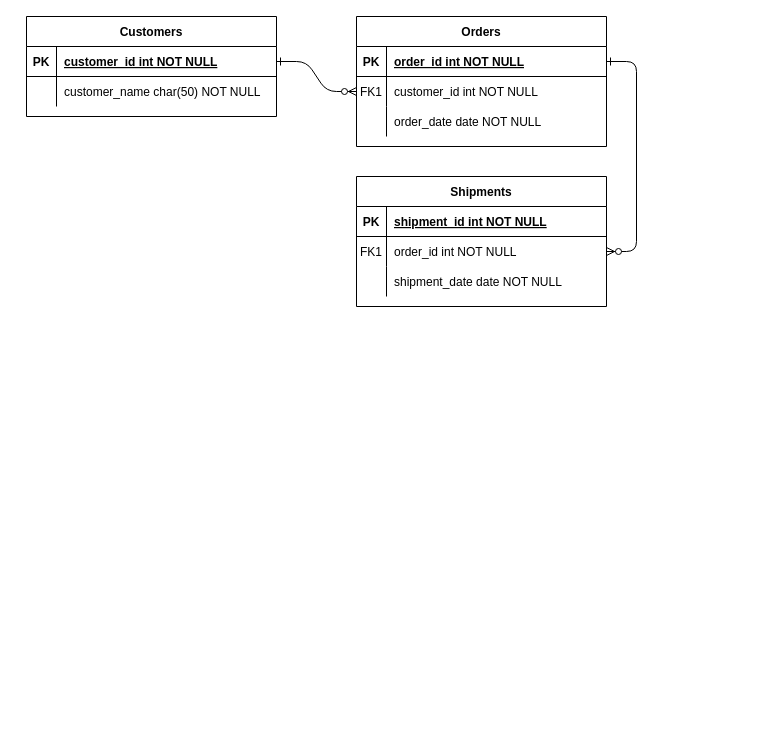
Ash-code12/Diagramas keeps this draw.io diagram as Modelo relacional 2.drawio. Above is the earlier version. Source tidied: cells renumbered, new cells numbered last; positions are measured from the earlier drawing's top-left corner, leaving out a move shared by most shapes. Both pictures are drawn from the tidied source at 100%, with x=0, y=0 at pixel (26, 16).
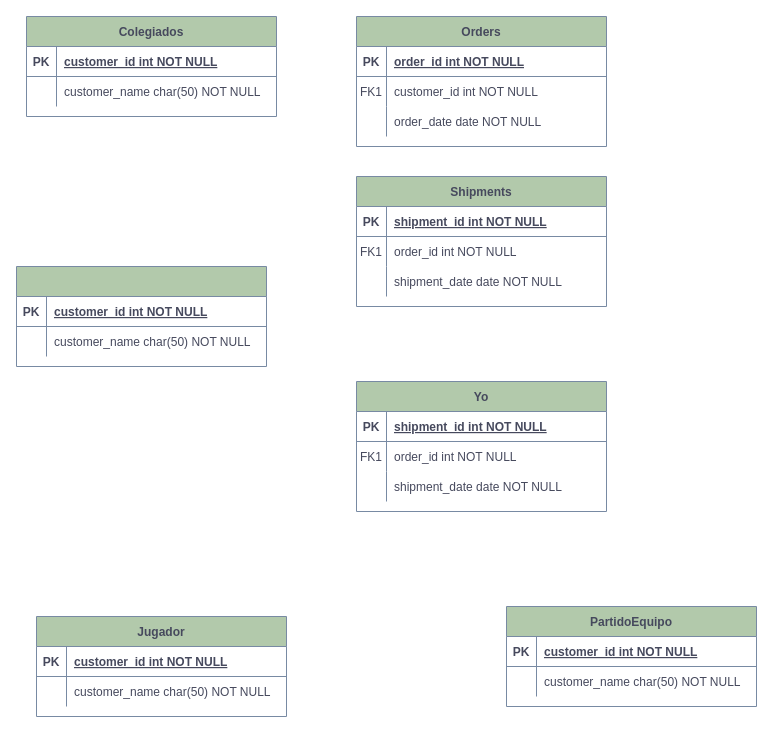
After the change.

Change to the diagram source:
```diff
@@
-    <mxCell id="2" style="edgeStyle=entityRelationEdgeStyle;endArrow=ERzeroToMany;startArrow=ERone;endFill=1;startFill=0;" parent="1" edge="1" source="25" target="8">
-      <mxGeometry relative="1" as="geometry" />
-    </mxCell>
-    <mxCell id="3" style="edgeStyle=entityRelationEdgeStyle;endArrow=ERzeroToMany;startArrow=ERone;endFill=1;startFill=0;" parent="1" edge="1" source="5" target="18">
-      <mxGeometry relative="1" as="geometry" />
-    </mxCell>
-    <mxCell id="4" value="Orders" style="shape=table;startSize=30;childLayout=tableLayout;rowLines=0;fontStyle=1;align=center;" parent="1" vertex="1">
+    <mxCell id="4" value="Orders" style="shape=table;startSize=30;childLayout=tableLayout;rowLines=0;fontStyle=1;align=center;labelBackgroundColor=none;fillColor=#B2C9AB;strokeColor=#788AA3;fontColor=#46495D;" parent="1" vertex="1">
       <mxGeometry x="330" width="250" height="130" as="geometry" />
     </mxCell>
-    <mxCell id="5" style="shape=partialRectangle;fillColor=none;points=[[0,0.5],[1,0.5]];portConstraint=eastwest;top=0;left=0;right=0;bottom=1;" parent="4" vertex="1">
+    <mxCell id="5" style="shape=partialRectangle;fillColor=none;points=[[0,0.5],[1,0.5]];portConstraint=eastwest;top=0;left=0;right=0;bottom=1;labelBackgroundColor=none;strokeColor=#788AA3;fontColor=#46495D;" parent="4" vertex="1">
       <mxGeometry y="30" width="250" height="30" as="geometry" />
     </mxCell>
-    <mxCell id="6" value="PK" style="shape=partialRectangle;overflow=hidden;fillColor=none;top=0;left=0;bottom=0;right=0;fontStyle=1;" parent="5" vertex="1">
+    <mxCell id="6" value="PK" style="shape=partialRectangle;overflow=hidden;fillColor=none;top=0;left=0;bottom=0;right=0;fontStyle=1;labelBackgroundColor=none;strokeColor=#788AA3;fontColor=#46495D;" parent="5" vertex="1">
       <mxGeometry width="30" height="30" as="geometry" />
     </mxCell>
-    <mxCell id="7" value="order_id int NOT NULL " style="shape=partialRectangle;overflow=hidden;fillColor=none;top=0;left=0;bottom=0;right=0;align=left;spacingLeft=6;fontStyle=5;" parent="5" vertex="1">
+    <mxCell id="7" value="order_id int NOT NULL " style="shape=partialRectangle;overflow=hidden;fillColor=none;top=0;left=0;bottom=0;right=0;align=left;spacingLeft=6;fontStyle=5;labelBackgroundColor=none;strokeColor=#788AA3;fontColor=#46495D;" parent="5" vertex="1">
       <mxGeometry x="30" width="220" height="30" as="geometry" />
     </mxCell>
-    <mxCell id="8" style="shape=partialRectangle;fillColor=none;points=[[0,0.5],[1,0.5]];portConstraint=eastwest;top=0;left=0;right=0;bottom=0;" parent="4" vertex="1">
+    <mxCell id="8" style="shape=partialRectangle;fillColor=none;points=[[0,0.5],[1,0.5]];portConstraint=eastwest;top=0;left=0;right=0;bottom=0;labelBackgroundColor=none;strokeColor=#788AA3;fontColor=#46495D;" parent="4" vertex="1">
       <mxGeometry y="60" width="250" height="30" as="geometry" />
     </mxCell>
-    <mxCell id="9" value="FK1" style="shape=partialRectangle;overflow=hidden;fillColor=none;top=0;left=0;bottom=0;right=0;" parent="8" vertex="1">
+    <mxCell id="9" value="FK1" style="shape=partialRectangle;overflow=hidden;fillColor=none;top=0;left=0;bottom=0;right=0;labelBackgroundColor=none;strokeColor=#788AA3;fontColor=#46495D;" parent="8" vertex="1">
       <mxGeometry width="30" height="30" as="geometry" />
     </mxCell>
-    <mxCell id="10" value="customer_id int NOT NULL" style="shape=partialRectangle;overflow=hidden;fillColor=none;top=0;left=0;bottom=0;right=0;align=left;spacingLeft=6;" parent="8" vertex="1">
+    <mxCell id="10" value="customer_id int NOT NULL" style="shape=partialRectangle;overflow=hidden;fillColor=none;top=0;left=0;bottom=0;right=0;align=left;spacingLeft=6;labelBackgroundColor=none;strokeColor=#788AA3;fontColor=#46495D;" parent="8" vertex="1">
       <mxGeometry x="30" width="220" height="30" as="geometry" />
     </mxCell>
-    <mxCell id="11" style="shape=partialRectangle;fillColor=none;top=0;left=0;right=0;bottom=0;" parent="4" vertex="1">
+    <mxCell id="11" style="shape=partialRectangle;fillColor=none;top=0;left=0;right=0;bottom=0;labelBackgroundColor=none;strokeColor=#788AA3;fontColor=#46495D;" parent="4" vertex="1">
       <mxGeometry y="90" width="250" height="30" as="geometry" />
     </mxCell>
-    <mxCell id="12" style="shape=partialRectangle;overflow=hidden;fillColor=none;top=0;left=0;bottom=0;right=0;" parent="11" vertex="1">
+    <mxCell id="12" style="shape=partialRectangle;overflow=hidden;fillColor=none;top=0;left=0;bottom=0;right=0;labelBackgroundColor=none;strokeColor=#788AA3;fontColor=#46495D;" parent="11" vertex="1">
       <mxGeometry width="30" height="30" as="geometry" />
     </mxCell>
-    <mxCell id="13" value="order_date date NOT NULL" style="shape=partialRectangle;overflow=hidden;fillColor=none;top=0;left=0;bottom=0;right=0;align=left;spacingLeft=6;" parent="11" vertex="1">
+    <mxCell id="13" value="order_date date NOT NULL" style="shape=partialRectangle;overflow=hidden;fillColor=none;top=0;left=0;bottom=0;right=0;align=left;spacingLeft=6;labelBackgroundColor=none;strokeColor=#788AA3;fontColor=#46495D;" parent="11" vertex="1">
       <mxGeometry x="30" width="220" height="30" as="geometry" />
     </mxCell>
-    <mxCell id="14" value="Shipments" style="shape=table;startSize=30;childLayout=tableLayout;rowLines=0;fontStyle=1;align=center;" parent="1" vertex="1">
+    <mxCell id="14" value="Shipments" style="shape=table;startSize=30;childLayout=tableLayout;rowLines=0;fontStyle=1;align=center;labelBackgroundColor=none;fillColor=#B2C9AB;strokeColor=#788AA3;fontColor=#46495D;" parent="1" vertex="1">
       <mxGeometry x="330" y="160" width="250" height="130" as="geometry" />
     </mxCell>
-    <mxCell id="15" style="shape=partialRectangle;fillColor=none;top=0;left=0;right=0;bottom=1;" parent="14" vertex="1">
+    <mxCell id="15" style="shape=partialRectangle;fillColor=none;top=0;left=0;right=0;bottom=1;labelBackgroundColor=none;strokeColor=#788AA3;fontColor=#46495D;" parent="14" vertex="1">
       <mxGeometry y="30" width="250" height="30" as="geometry" />
     </mxCell>
-    <mxCell id="16" value="PK" style="shape=partialRectangle;overflow=hidden;fillColor=none;top=0;left=0;bottom=0;right=0;fontStyle=1;" parent="15" vertex="1">
+    <mxCell id="16" value="PK" style="shape=partialRectangle;overflow=hidden;fillColor=none;top=0;left=0;bottom=0;right=0;fontStyle=1;labelBackgroundColor=none;strokeColor=#788AA3;fontColor=#46495D;" parent="15" vertex="1">
       <mxGeometry width="30" height="30" as="geometry" />
     </mxCell>
-    <mxCell id="17" value="shipment_id int NOT NULL " style="shape=partialRectangle;overflow=hidden;fillColor=none;top=0;left=0;bottom=0;right=0;align=left;spacingLeft=6;fontStyle=5;" parent="15" vertex="1">
+    <mxCell id="17" value="shipment_id int NOT NULL " style="shape=partialRectangle;overflow=hidden;fillColor=none;top=0;left=0;bottom=0;right=0;align=left;spacingLeft=6;fontStyle=5;labelBackgroundColor=none;strokeColor=#788AA3;fontColor=#46495D;" parent="15" vertex="1">
       <mxGeometry x="30" width="220" height="30" as="geometry" />
     </mxCell>
-    <mxCell id="18" style="shape=partialRectangle;fillColor=none;points=[[0,0.5],[1,0.5]];portConstraint=eastwest;top=0;left=0;right=0;bottom=0;" parent="14" vertex="1">
+    <mxCell id="18" style="shape=partialRectangle;fillColor=none;points=[[0,0.5],[1,0.5]];portConstraint=eastwest;top=0;left=0;right=0;bottom=0;labelBackgroundColor=none;strokeColor=#788AA3;fontColor=#46495D;" parent="14" vertex="1">
       <mxGeometry y="60" width="250" height="30" as="geometry" />
     </mxCell>
-    <mxCell id="19" value="FK1" style="shape=partialRectangle;overflow=hidden;fillColor=none;top=0;left=0;bottom=0;right=0;" parent="18" vertex="1">
+    <mxCell id="19" value="FK1" style="shape=partialRectangle;overflow=hidden;fillColor=none;top=0;left=0;bottom=0;right=0;labelBackgroundColor=none;strokeColor=#788AA3;fontColor=#46495D;" parent="18" vertex="1">
       <mxGeometry width="30" height="30" as="geometry" />
     </mxCell>
-    <mxCell id="20" value="order_id int NOT NULL" style="shape=partialRectangle;overflow=hidden;fillColor=none;top=0;left=0;bottom=0;right=0;align=left;spacingLeft=6;" parent="18" vertex="1">
+    <mxCell id="20" value="order_id int NOT NULL" style="shape=partialRectangle;overflow=hidden;fillColor=none;top=0;left=0;bottom=0;right=0;align=left;spacingLeft=6;labelBackgroundColor=none;strokeColor=#788AA3;fontColor=#46495D;" parent="18" vertex="1">
       <mxGeometry x="30" width="220" height="30" as="geometry" />
     </mxCell>
-    <mxCell id="21" style="shape=partialRectangle;fillColor=none;top=0;left=0;right=0;bottom=0;" parent="14" vertex="1">
+    <mxCell id="21" style="shape=partialRectangle;fillColor=none;top=0;left=0;right=0;bottom=0;labelBackgroundColor=none;strokeColor=#788AA3;fontColor=#46495D;" parent="14" vertex="1">
       <mxGeometry y="90" width="250" height="30" as="geometry" />
     </mxCell>
-    <mxCell id="22" style="shape=partialRectangle;overflow=hidden;fillColor=none;top=0;left=0;bottom=0;right=0;" parent="21" vertex="1">
+    <mxCell id="22" style="shape=partialRectangle;overflow=hidden;fillColor=none;top=0;left=0;bottom=0;right=0;labelBackgroundColor=none;strokeColor=#788AA3;fontColor=#46495D;" parent="21" vertex="1">
       <mxGeometry width="30" height="30" as="geometry" />
     </mxCell>
-    <mxCell id="23" value="shipment_date date NOT NULL" style="shape=partialRectangle;overflow=hidden;fillColor=none;top=0;left=0;bottom=0;right=0;align=left;spacingLeft=6;" parent="21" vertex="1">
+    <mxCell id="23" value="shipment_date date NOT NULL" style="shape=partialRectangle;overflow=hidden;fillColor=none;top=0;left=0;bottom=0;right=0;align=left;spacingLeft=6;labelBackgroundColor=none;strokeColor=#788AA3;fontColor=#46495D;" parent="21" vertex="1">
       <mxGeometry x="30" width="220" height="30" as="geometry" />
     </mxCell>
-    <mxCell id="24" value="Customers" style="shape=table;startSize=30;childLayout=tableLayout;rowLines=0;fontStyle=1;align=center;" parent="1" vertex="1">
+    <mxCell id="24" value="Colegiados" style="shape=table;startSize=30;childLayout=tableLayout;rowLines=0;fontStyle=1;align=center;labelBackgroundColor=none;fillColor=#B2C9AB;strokeColor=#788AA3;fontColor=#46495D;" parent="1" vertex="1">
       <mxGeometry width="250" height="100" as="geometry" />
     </mxCell>
-    <mxCell id="25" style="shape=partialRectangle;fillColor=none;points=[[0,0.5],[1,0.5]];portConstraint=eastwest;top=0;left=0;right=0;bottom=1;" parent="24" vertex="1">
+    <mxCell id="25" style="shape=partialRectangle;fillColor=none;points=[[0,0.5],[1,0.5]];portConstraint=eastwest;top=0;left=0;right=0;bottom=1;labelBackgroundColor=none;strokeColor=#788AA3;fontColor=#46495D;" parent="24" vertex="1">
       <mxGeometry y="30" width="250" height="30" as="geometry" />
     </mxCell>
-    <mxCell id="26" value="PK" style="shape=partialRectangle;overflow=hidden;fillColor=none;top=0;left=0;bottom=0;right=0;fontStyle=1;" parent="25" vertex="1">
+    <mxCell id="26" value="PK" style="shape=partialRectangle;overflow=hidden;fillColor=none;top=0;left=0;bottom=0;right=0;fontStyle=1;labelBackgroundColor=none;strokeColor=#788AA3;fontColor=#46495D;" parent="25" vertex="1">
       <mxGeometry width="30" height="30" as="geometry" />
     </mxCell>
-    <mxCell id="27" value="customer_id int NOT NULL " style="shape=partialRectangle;overflow=hidden;fillColor=none;top=0;left=0;bottom=0;right=0;align=left;spacingLeft=6;fontStyle=5;" parent="25" vertex="1">
+    <mxCell id="27" value="customer_id int NOT NULL " style="shape=partialRectangle;overflow=hidden;fillColor=none;top=0;left=0;bottom=0;right=0;align=left;spacingLeft=6;fontStyle=5;labelBackgroundColor=none;strokeColor=#788AA3;fontColor=#46495D;" parent="25" vertex="1">
       <mxGeometry x="30" width="220" height="30" as="geometry" />
     </mxCell>
-    <mxCell id="28" style="shape=partialRectangle;fillColor=none;top=0;left=0;right=0;bottom=0;" parent="24" vertex="1">
+    <mxCell id="28" style="shape=partialRectangle;fillColor=none;top=0;left=0;right=0;bottom=0;labelBackgroundColor=none;strokeColor=#788AA3;fontColor=#46495D;" parent="24" vertex="1">
       <mxGeometry y="60" width="250" height="30" as="geometry" />
     </mxCell>
-    <mxCell id="29" style="shape=partialRectangle;overflow=hidden;fillColor=none;top=0;left=0;bottom=0;right=0;" parent="28" vertex="1">
+    <mxCell id="29" style="shape=partialRectangle;overflow=hidden;fillColor=none;top=0;left=0;bottom=0;right=0;labelBackgroundColor=none;strokeColor=#788AA3;fontColor=#46495D;" parent="28" vertex="1">
       <mxGeometry width="30" height="30" as="geometry" />
     </mxCell>
-    <mxCell id="30" value="customer_name char(50) NOT NULL" style="shape=partialRectangle;overflow=hidden;fillColor=none;top=0;left=0;bottom=0;right=0;align=left;spacingLeft=6;" parent="28" vertex="1">
+    <mxCell id="30" value="customer_name char(50) NOT NULL" style="shape=partialRectangle;overflow=hidden;fillColor=none;top=0;left=0;bottom=0;right=0;align=left;spacingLeft=6;labelBackgroundColor=none;strokeColor=#788AA3;fontColor=#46495D;" parent="28" vertex="1">
       <mxGeometry x="30" width="220" height="30" as="geometry" />
     </mxCell>
+    <mxCell id="31" value="PartidoEquipo" style="shape=table;startSize=30;childLayout=tableLayout;rowLines=0;fontStyle=1;align=center;labelBackgroundColor=none;fillColor=#B2C9AB;strokeColor=#788AA3;fontColor=#46495D;" parent="1" vertex="1">
+      <mxGeometry x="480" y="590" width="250" height="100" as="geometry" />
+    </mxCell>
+    <mxCell id="32" style="shape=partialRectangle;fillColor=none;top=0;left=0;right=0;bottom=1;labelBackgroundColor=none;strokeColor=#788AA3;fontColor=#46495D;" parent="31" vertex="1">
+      <mxGeometry y="30" width="250" height="30" as="geometry" />
+    </mxCell>
+    <mxCell id="33" value="PK" style="shape=partialRectangle;overflow=hidden;fillColor=none;top=0;left=0;bottom=0;right=0;fontStyle=1;labelBackgroundColor=none;strokeColor=#788AA3;fontColor=#46495D;" parent="32" vertex="1">
+      <mxGeometry width="30" height="30" as="geometry" />
+    </mxCell>
+    <mxCell id="34" value="customer_id int NOT NULL " style="shape=partialRectangle;overflow=hidden;fillColor=none;top=0;left=0;bottom=0;right=0;align=left;spacingLeft=6;fontStyle=5;labelBackgroundColor=none;strokeColor=#788AA3;fontColor=#46495D;" parent="32" vertex="1">
+      <mxGeometry x="30" width="220" height="30" as="geometry" />
+    </mxCell>
+    <mxCell id="35" style="shape=partialRectangle;fillColor=none;top=0;left=0;right=0;bottom=0;labelBackgroundColor=none;strokeColor=#788AA3;fontColor=#46495D;" parent="31" vertex="1">
+      <mxGeometry y="60" width="250" height="30" as="geometry" />
+    </mxCell>
+    <mxCell id="36" style="shape=partialRectangle;overflow=hidden;fillColor=none;top=0;left=0;bottom=0;right=0;labelBackgroundColor=none;strokeColor=#788AA3;fontColor=#46495D;" parent="35" vertex="1">
+      <mxGeometry width="30" height="30" as="geometry" />
+    </mxCell>
+    <mxCell id="37" value="customer_name char(50) NOT NULL" style="shape=partialRectangle;overflow=hidden;fillColor=none;top=0;left=0;bottom=0;right=0;align=left;spacingLeft=6;labelBackgroundColor=none;strokeColor=#788AA3;fontColor=#46495D;" parent="35" vertex="1">
+      <mxGeometry x="30" width="220" height="30" as="geometry" />
+    </mxCell>
+    <mxCell id="38" value="Jugador" style="shape=table;startSize=30;childLayout=tableLayout;rowLines=0;fontStyle=1;align=center;labelBackgroundColor=none;fillColor=#B2C9AB;strokeColor=#788AA3;fontColor=#46495D;" parent="1" vertex="1">
+      <mxGeometry x="10" y="600" width="250" height="100" as="geometry" />
+    </mxCell>
+    <mxCell id="39" style="shape=partialRectangle;fillColor=none;top=0;left=0;right=0;bottom=1;labelBackgroundColor=none;strokeColor=#788AA3;fontColor=#46495D;" parent="38" vertex="1">
+      <mxGeometry y="30" width="250" height="30" as="geometry" />
+    </mxCell>
+    <mxCell id="40" value="PK" style="shape=partialRectangle;overflow=hidden;fillColor=none;top=0;left=0;bottom=0;right=0;fontStyle=1;labelBackgroundColor=none;strokeColor=#788AA3;fontColor=#46495D;" parent="39" vertex="1">
+      <mxGeometry width="30" height="30" as="geometry" />
+    </mxCell>
+    <mxCell id="41" value="customer_id int NOT NULL " style="shape=partialRectangle;overflow=hidden;fillColor=none;top=0;left=0;bottom=0;right=0;align=left;spacingLeft=6;fontStyle=5;labelBackgroundColor=none;strokeColor=#788AA3;fontColor=#46495D;" parent="39" vertex="1">
+      <mxGeometry x="30" width="220" height="30" as="geometry" />
+    </mxCell>
+    <mxCell id="42" style="shape=partialRectangle;fillColor=none;top=0;left=0;right=0;bottom=0;labelBackgroundColor=none;strokeColor=#788AA3;fontColor=#46495D;" parent="38" vertex="1">
+      <mxGeometry y="60" width="250" height="30" as="geometry" />
+    </mxCell>
+    <mxCell id="43" style="shape=partialRectangle;overflow=hidden;fillColor=none;top=0;left=0;bottom=0;right=0;labelBackgroundColor=none;strokeColor=#788AA3;fontColor=#46495D;" parent="42" vertex="1">
+      <mxGeometry width="30" height="30" as="geometry" />
+    </mxCell>
+    <mxCell id="44" value="customer_name char(50) NOT NULL" style="shape=partialRectangle;overflow=hidden;fillColor=none;top=0;left=0;bottom=0;right=0;align=left;spacingLeft=6;labelBackgroundColor=none;strokeColor=#788AA3;fontColor=#46495D;" parent="42" vertex="1">
+      <mxGeometry x="30" width="220" height="30" as="geometry" />
+    </mxCell>
+    <mxCell id="45" value="Yo" style="shape=table;startSize=30;childLayout=tableLayout;rowLines=0;fontStyle=1;align=center;labelBackgroundColor=none;fillColor=#B2C9AB;strokeColor=#788AA3;fontColor=#46495D;" parent="1" vertex="1">
+      <mxGeometry x="330" y="365" width="250" height="130" as="geometry" />
+    </mxCell>
+    <mxCell id="46" style="shape=partialRectangle;fillColor=none;top=0;left=0;right=0;bottom=1;labelBackgroundColor=none;strokeColor=#788AA3;fontColor=#46495D;" parent="45" vertex="1">
+      <mxGeometry y="30" width="250" height="30" as="geometry" />
+    </mxCell>
+    <mxCell id="47" value="PK" style="shape=partialRectangle;overflow=hidden;fillColor=none;top=0;left=0;bottom=0;right=0;fontStyle=1;labelBackgroundColor=none;strokeColor=#788AA3;fontColor=#46495D;" parent="46" vertex="1">
+      <mxGeometry width="30" height="30" as="geometry" />
+    </mxCell>
+    <mxCell id="48" value="shipment_id int NOT NULL " style="shape=partialRectangle;overflow=hidden;fillColor=none;top=0;left=0;bottom=0;right=0;align=left;spacingLeft=6;fontStyle=5;labelBackgroundColor=none;strokeColor=#788AA3;fontColor=#46495D;" parent="46" vertex="1">
+      <mxGeometry x="30" width="220" height="30" as="geometry" />
+    </mxCell>
+    <mxCell id="49" style="shape=partialRectangle;fillColor=none;top=0;left=0;right=0;bottom=0;labelBackgroundColor=none;strokeColor=#788AA3;fontColor=#46495D;" parent="45" vertex="1">
+      <mxGeometry y="60" width="250" height="30" as="geometry" />
+    </mxCell>
+    <mxCell id="50" value="FK1" style="shape=partialRectangle;overflow=hidden;fillColor=none;top=0;left=0;bottom=0;right=0;labelBackgroundColor=none;strokeColor=#788AA3;fontColor=#46495D;" parent="49" vertex="1">
+      <mxGeometry width="30" height="30" as="geometry" />
+    </mxCell>
+    <mxCell id="51" value="order_id int NOT NULL" style="shape=partialRectangle;overflow=hidden;fillColor=none;top=0;left=0;bottom=0;right=0;align=left;spacingLeft=6;labelBackgroundColor=none;strokeColor=#788AA3;fontColor=#46495D;" parent="49" vertex="1">
+      <mxGeometry x="30" width="220" height="30" as="geometry" />
+    </mxCell>
+    <mxCell id="52" style="shape=partialRectangle;fillColor=none;top=0;left=0;right=0;bottom=0;labelBackgroundColor=none;strokeColor=#788AA3;fontColor=#46495D;" parent="45" vertex="1">
+      <mxGeometry y="90" width="250" height="30" as="geometry" />
+    </mxCell>
+    <mxCell id="53" style="shape=partialRectangle;overflow=hidden;fillColor=none;top=0;left=0;bottom=0;right=0;labelBackgroundColor=none;strokeColor=#788AA3;fontColor=#46495D;" parent="52" vertex="1">
+      <mxGeometry width="30" height="30" as="geometry" />
+    </mxCell>
+    <mxCell id="54" value="shipment_date date NOT NULL" style="shape=partialRectangle;overflow=hidden;fillColor=none;top=0;left=0;bottom=0;right=0;align=left;spacingLeft=6;labelBackgroundColor=none;strokeColor=#788AA3;fontColor=#46495D;" parent="52" vertex="1">
+      <mxGeometry x="30" width="220" height="30" as="geometry" />
+    </mxCell>
+    <mxCell id="55" style="shape=table;startSize=30;childLayout=tableLayout;rowLines=0;fontStyle=1;align=center;labelBackgroundColor=none;fillColor=#B2C9AB;strokeColor=#788AA3;fontColor=#46495D;" parent="1" vertex="1">
+      <mxGeometry x="-10" y="250" width="250" height="100" as="geometry" />
+    </mxCell>
+    <mxCell id="56" style="shape=partialRectangle;fillColor=none;top=0;left=0;right=0;bottom=1;labelBackgroundColor=none;strokeColor=#788AA3;fontColor=#46495D;" parent="55" vertex="1">
+      <mxGeometry y="30" width="250" height="30" as="geometry" />
+    </mxCell>
+    <mxCell id="57" value="PK" style="shape=partialRectangle;overflow=hidden;fillColor=none;top=0;left=0;bottom=0;right=0;fontStyle=1;labelBackgroundColor=none;strokeColor=#788AA3;fontColor=#46495D;" parent="56" vertex="1">
+      <mxGeometry width="30" height="30" as="geometry" />
+    </mxCell>
+    <mxCell id="58" value="customer_id int NOT NULL " style="shape=partialRectangle;overflow=hidden;fillColor=none;top=0;left=0;bottom=0;right=0;align=left;spacingLeft=6;fontStyle=5;labelBackgroundColor=none;strokeColor=#788AA3;fontColor=#46495D;" parent="56" vertex="1">
+      <mxGeometry x="30" width="220" height="30" as="geometry" />
+    </mxCell>
+    <mxCell id="59" style="shape=partialRectangle;fillColor=none;top=0;left=0;right=0;bottom=0;labelBackgroundColor=none;strokeColor=#788AA3;fontColor=#46495D;" parent="55" vertex="1">
+      <mxGeometry y="60" width="250" height="30" as="geometry" />
+    </mxCell>
+    <mxCell id="60" style="shape=partialRectangle;overflow=hidden;fillColor=none;top=0;left=0;bottom=0;right=0;labelBackgroundColor=none;strokeColor=#788AA3;fontColor=#46495D;" parent="59" vertex="1">
+      <mxGeometry width="30" height="30" as="geometry" />
+    </mxCell>
+    <mxCell id="61" value="customer_name char(50) NOT NULL" style="shape=partialRectangle;overflow=hidden;fillColor=none;top=0;left=0;bottom=0;right=0;align=left;spacingLeft=6;labelBackgroundColor=none;strokeColor=#788AA3;fontColor=#46495D;" parent="59" vertex="1">
+      <mxGeometry x="30" width="220" height="30" as="geometry" />
+    </mxCell>
```
